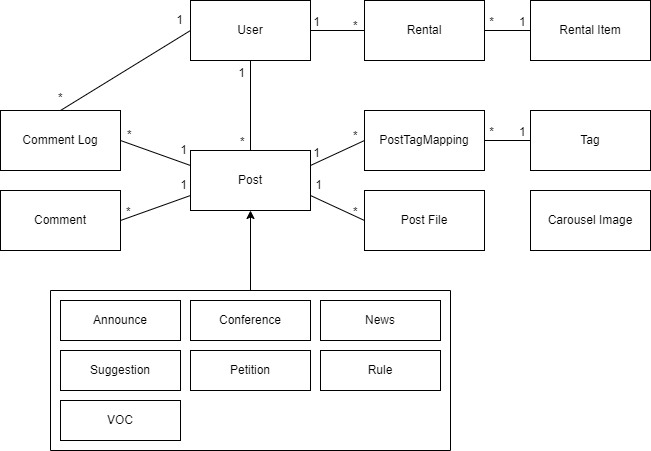
This is docs/images/domain_model.png from EveryUniv/student-council-homepage-backend, a draw.io export, as it was before one commit. Source tidied: cells renumbered, new cells last; positions are measured from the earlier drawing's top-left corner, leaving out a move shared by most shapes.
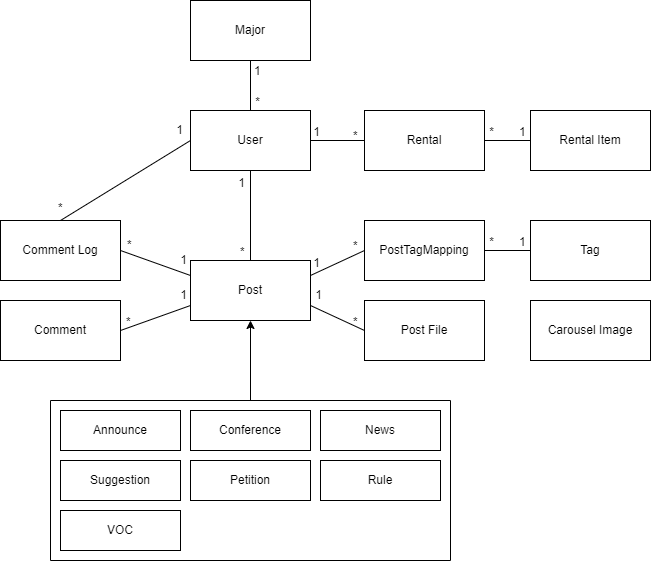
Above is the later version.

Commit message:
refactor: erd, domain 모델 수정

Change to the diagram source:
```diff
@@ -176,5 +176,21 @@
         <mxPoint x="10" as="offset" />
       </mxGeometry>
     </mxCell>
+    <mxCell id="48" value="Major" style="rounded=0;whiteSpace=wrap;html=1;" parent="1" vertex="1">
+      <mxGeometry x="190" y="-110" width="120" height="60" as="geometry" />
+    </mxCell>
+    <mxCell id="49" style="endArrow=none;html=1;rounded=0;entryX=0.5;entryY=0;entryDx=0;entryDy=0;exitX=0.5;exitY=1;exitDx=0;exitDy=0;" parent="1" edge="1" source="48" target="4">
+      <mxGeometry relative="1" as="geometry" />
+    </mxCell>
+    <mxCell id="50" value="1" style="html=1;align=left;verticalAlign=bottom;" parent="49" vertex="1">
+      <mxGeometry x="-1" relative="1" as="geometry">
+        <mxPoint x="2" y="19" as="offset" />
+      </mxGeometry>
+    </mxCell>
+    <mxCell id="51" value="*" style="html=1;align=right;verticalAlign=bottom;" parent="49" vertex="1">
+      <mxGeometry x="1" relative="1" as="geometry">
+        <mxPoint x="10" as="offset" />
+      </mxGeometry>
+    </mxCell>
   </root>
 </mxGraphModel>
```
